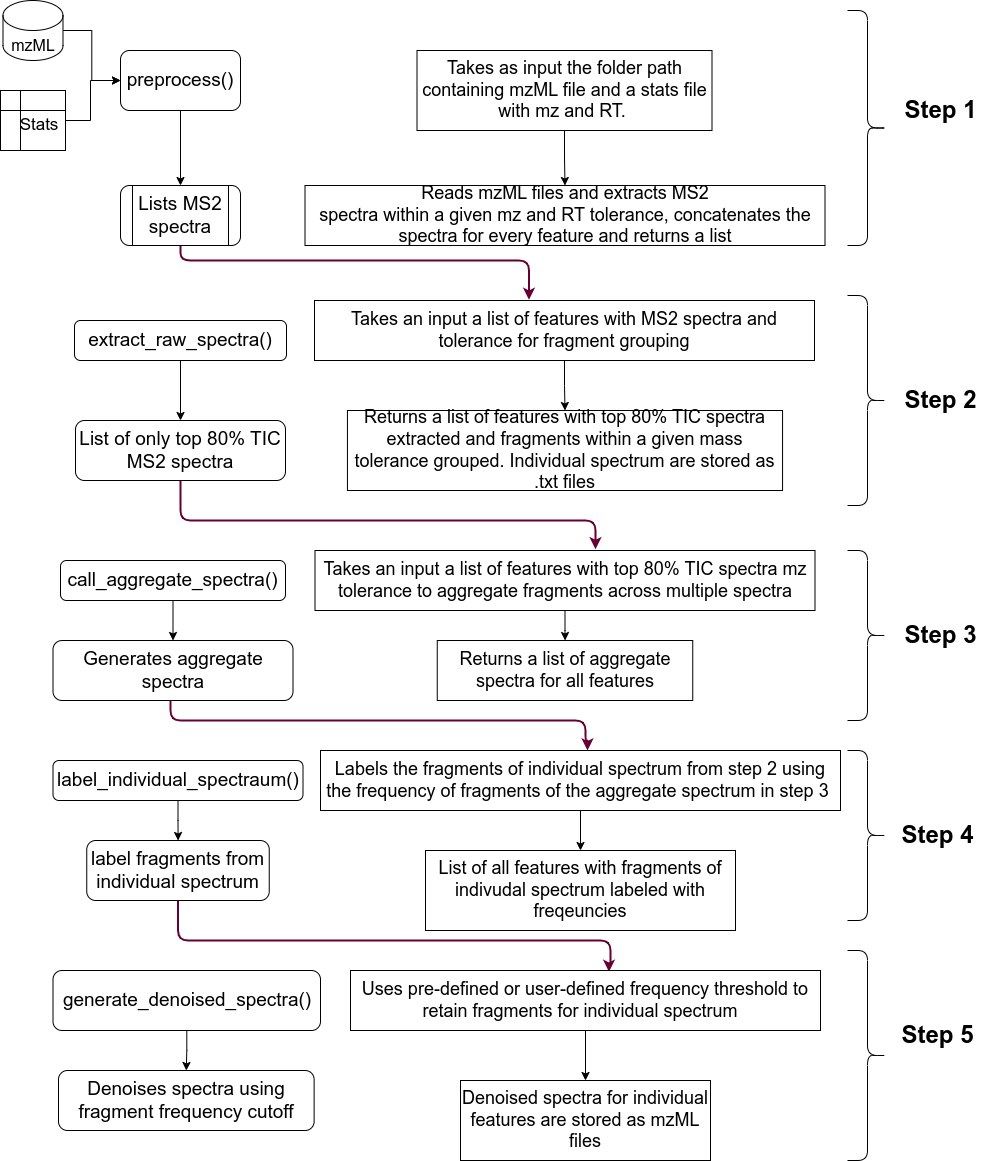
Before: images/dures_workflow.png, a diagram exported from draw.io (BiosystemEngineeringLab-IITB/dures). Source tidied: cells renumbered, new cells last; positions are measured from the earlier drawing's top-left corner, leaving out a move shared by most shapes.
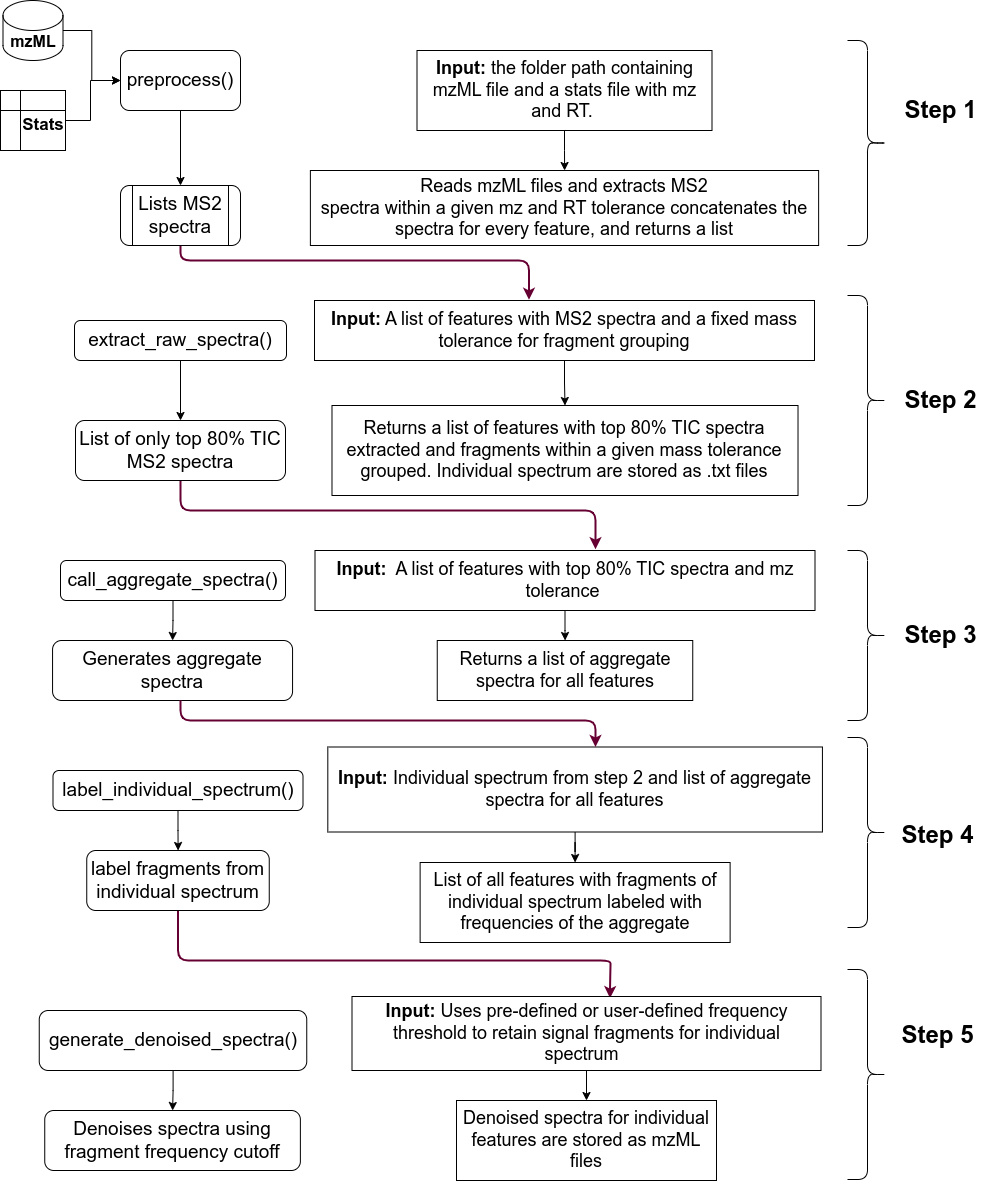
The same file after the commit.

The edit, as a diff of the source:
```diff
@@ -39,23 +39,23 @@
     <mxCell id="10" style="edgeStyle=orthogonalEdgeStyle;rounded=0;jettySize=auto;html=1;" parent="1" edge="1" source="11" target="12">
       <mxGeometry relative="1" as="geometry" />
     </mxCell>
-    <mxCell id="11" value="&lt;span style=&quot;font-size: 18px;&quot;&gt;Takes as input the folder path containing mzML file and a stats file with mz and RT.&amp;nbsp;&lt;/span&gt;" style="rounded=0;whiteSpace=wrap;html=1;" parent="1" vertex="1">
+    <mxCell id="11" value="&lt;span style=&quot;font-size: 18px;&quot;&gt;&lt;b&gt;Input:&lt;/b&gt; the folder path containing mzML file and a stats file with mz and RT.&amp;nbsp;&lt;/span&gt;" style="rounded=0;whiteSpace=wrap;html=1;" parent="1" vertex="1">
       <mxGeometry x="416.5" y="50" width="295" height="80" as="geometry" />
     </mxCell>
-    <mxCell id="12" value="&lt;span style=&quot;font-size: 18px;&quot;&gt;Reads mzML files and extracts MS2&lt;/span&gt;&lt;div style=&quot;font-size: 18px;&quot;&gt;spectra within a given mz and RT tolerance, concatenates the spectra for every feature and returns a list&lt;/div&gt;" style="rounded=0;whiteSpace=wrap;html=1;" parent="1" vertex="1">
-      <mxGeometry x="304.5" y="185" width="520" height="60" as="geometry" />
+    <mxCell id="12" value="&lt;span style=&quot;font-size: 18px;&quot;&gt;Reads mzML files and extracts MS2&lt;/span&gt;&lt;div style=&quot;font-size: 18px;&quot;&gt;spectra within a given mz and RT tolerance concatenates the spectra for every feature, and returns a list&lt;/div&gt;" style="rounded=0;whiteSpace=wrap;html=1;" parent="1" vertex="1">
+      <mxGeometry x="309.9" y="170" width="508.2" height="75" as="geometry" />
     </mxCell>
     <mxCell id="13" style="shape=curlyBracket;whiteSpace=wrap;html=1;rounded=1;flipH=1;labelPosition=right;verticalLabelPosition=middle;align=left;verticalAlign=middle;" parent="1" vertex="1">
-      <mxGeometry x="847" y="10" width="40" height="235" as="geometry" />
+      <mxGeometry x="847" y="40" width="40" height="205" as="geometry" />
     </mxCell>
     <mxCell id="14" value="Step 1" style="text;strokeColor=none;fillColor=none;html=1;fontSize=24;fontStyle=1;verticalAlign=middle;align=center;" parent="1" vertex="1">
       <mxGeometry x="890" y="90" width="100" height="40" as="geometry" />
     </mxCell>
-    <mxCell id="15" value="mzML" style="text;html=1;align=center;verticalAlign=middle;whiteSpace=wrap;rounded=0;fontSize=16;" parent="1" vertex="1">
-      <mxGeometry x="2.5" y="30" width="60" height="30" as="geometry" />
+    <mxCell id="15" value="mzML" style="text;html=1;align=center;verticalAlign=middle;whiteSpace=wrap;rounded=0;fontSize=16;fontStyle=1;" parent="1" vertex="1">
+      <mxGeometry x="2.5" y="26" width="60" height="30" as="geometry" />
     </mxCell>
-    <mxCell id="16" value="Stats" style="text;html=1;align=center;verticalAlign=middle;whiteSpace=wrap;rounded=0;fontSize=17;" parent="1" vertex="1">
-      <mxGeometry x="10" y="110" width="58" height="30" as="geometry" />
+    <mxCell id="16" value="Stats" style="text;html=1;align=center;verticalAlign=middle;whiteSpace=wrap;rounded=0;fontSize=17;fontStyle=1;" parent="1" vertex="1">
+      <mxGeometry x="18" y="110" width="50" height="30" as="geometry" />
     </mxCell>
     <mxCell id="17" style="edgeStyle=orthogonalEdgeStyle;rounded=0;jettySize=auto;html=1;" parent="1" edge="1" source="18" target="20">
       <mxGeometry relative="1" as="geometry" />
@@ -66,8 +66,8 @@
     <mxCell id="19" style="edgeStyle=orthogonalEdgeStyle;rounded=1;jettySize=auto;html=1;entryX=0.561;entryY=-0.022;entryDx=0;entryDy=0;entryPerimeter=0;curved=0;strokeColor=#660033;strokeWidth=2;" parent="1" edge="1" source="20" target="30">
       <mxGeometry relative="1" as="geometry">
         <Array as="points">
-          <mxPoint x="180" y="520" />
-          <mxPoint x="595" y="520" />
+          <mxPoint x="180" y="510" />
+          <mxPoint x="595" y="510" />
         </Array>
       </mxGeometry>
     </mxCell>
@@ -77,11 +77,11 @@
     <mxCell id="21" style="edgeStyle=orthogonalEdgeStyle;rounded=0;jettySize=auto;html=1;" parent="1" edge="1" source="22" target="23">
       <mxGeometry relative="1" as="geometry" />
     </mxCell>
-    <mxCell id="22" value="Takes an input a list of features with MS2 spectra and tolerance for fragment grouping" style="rounded=0;whiteSpace=wrap;html=1;fontSize=18;" parent="1" vertex="1">
+    <mxCell id="22" value="&lt;b&gt;Input:&lt;/b&gt;&amp;nbsp;A list of features with MS2 spectra and a fixed mass tolerance for fragment grouping" style="rounded=0;whiteSpace=wrap;html=1;fontSize=18;" parent="1" vertex="1">
       <mxGeometry x="314" y="300" width="500" height="60" as="geometry" />
     </mxCell>
     <mxCell id="23" value="Returns a list of features with top 80% TIC spectra extracted and fragments within a given mass tolerance grouped. Individual spectrum are stored as .txt files" style="whiteSpace=wrap;html=1;fontSize=18;rounded=0;" parent="1" vertex="1">
-      <mxGeometry x="346.9" y="410" width="435.1" height="80" as="geometry" />
+      <mxGeometry x="331.5" y="405" width="466" height="90" as="geometry" />
     </mxCell>
     <mxCell id="24" style="shape=curlyBracket;whiteSpace=wrap;html=1;rounded=1;flipH=1;labelPosition=right;verticalLabelPosition=middle;align=left;verticalAlign=middle;" parent="1" vertex="1">
       <mxGeometry x="847" y="295" width="40" height="210" as="geometry" />
@@ -96,12 +96,12 @@
       <mxGeometry x="60" y="560" width="225" height="40" as="geometry" />
     </mxCell>
     <mxCell id="28" value="Generates aggregate spectra" style="whiteSpace=wrap;html=1;fontSize=19;rounded=1;" parent="1" vertex="1">
-      <mxGeometry x="52.5" y="640" width="240" height="60" as="geometry" />
+      <mxGeometry x="52.1" y="640" width="240" height="60" as="geometry" />
     </mxCell>
     <mxCell id="29" style="edgeStyle=orthogonalEdgeStyle;rounded=0;jettySize=auto;html=1;" parent="1" edge="1" source="30" target="31">
       <mxGeometry relative="1" as="geometry" />
     </mxCell>
-    <mxCell id="30" value="Takes an input a list of features with top 80% TIC spectra mz tolerance to aggregate fragments across multiple spectra" style="rounded=0;whiteSpace=wrap;html=1;fontSize=18;" parent="1" vertex="1">
+    <mxCell id="30" value="&lt;b&gt;Input:&lt;/b&gt;&amp;nbsp; A list of features with top 80% TIC spectra and mz tolerance&amp;nbsp;" style="rounded=0;whiteSpace=wrap;html=1;fontSize=18;" parent="1" vertex="1">
       <mxGeometry x="314.5" y="550" width="500" height="60" as="geometry" />
     </mxCell>
     <mxCell id="31" value="Returns a list of aggregate spectra for all features" style="whiteSpace=wrap;html=1;fontSize=18;rounded=0;" parent="1" vertex="1">
@@ -116,71 +116,68 @@
     <mxCell id="34" style="edgeStyle=orthogonalEdgeStyle;rounded=0;jettySize=auto;html=1;" parent="1" edge="1" source="35" target="37">
       <mxGeometry relative="1" as="geometry" />
     </mxCell>
-    <mxCell id="35" value="label_individual_spectraum()" style="rounded=1;whiteSpace=wrap;html=1;fontSize=19;" parent="1" vertex="1">
-      <mxGeometry x="52.5" y="760" width="250" height="40" as="geometry" />
+    <mxCell id="35" value="label_individual_spectrum()" style="rounded=1;whiteSpace=wrap;html=1;fontSize=19;" parent="1" vertex="1">
+      <mxGeometry x="52.5" y="770" width="250" height="40" as="geometry" />
     </mxCell>
     <mxCell id="36" style="edgeStyle=orthogonalEdgeStyle;rounded=1;jettySize=auto;html=1;entryX=0.55;entryY=0.022;entryDx=0;entryDy=0;curved=0;strokeWidth=2;strokeColor=#660033;entryPerimeter=0;" parent="1" edge="1" source="37" target="48">
       <mxGeometry relative="1" as="geometry">
         <Array as="points">
-          <mxPoint x="178" y="940" />
-          <mxPoint x="610" y="940" />
+          <mxPoint x="178" y="960" />
+          <mxPoint x="610" y="960" />
           <mxPoint x="610" y="966" />
-          <mxPoint x="609" y="966" />
         </Array>
       </mxGeometry>
     </mxCell>
     <mxCell id="37" value="label fragments from individual spectrum" style="whiteSpace=wrap;html=1;fontSize=19;rounded=1;" parent="1" vertex="1">
-      <mxGeometry x="86.2" y="840" width="182.5" height="60" as="geometry" />
+      <mxGeometry x="86.2" y="850" width="182.5" height="60" as="geometry" />
     </mxCell>
     <mxCell id="38" style="edgeStyle=orthogonalEdgeStyle;rounded=0;jettySize=auto;html=1;" parent="1" edge="1" source="39" target="43">
       <mxGeometry relative="1" as="geometry" />
     </mxCell>
-    <mxCell id="39" value="Labels the fragments of individual spectrum from step 2 using the frequency of fragments of the aggregate spectrum in step 3&amp;nbsp;" style="rounded=0;whiteSpace=wrap;html=1;fontSize=18;" parent="1" vertex="1">
-      <mxGeometry x="320" y="750" width="520" height="60" as="geometry" />
+    <mxCell id="39" value="&lt;b&gt;Input:&lt;/b&gt;&amp;nbsp;Individual spectrum from step 2 and list of aggregate spectra for all features" style="rounded=0;whiteSpace=wrap;html=1;fontSize=18;" parent="1" vertex="1">
+      <mxGeometry x="327.3" y="746.5" width="494.6" height="85" as="geometry" />
     </mxCell>
-    <mxCell id="40" style="edgeStyle=orthogonalEdgeStyle;rounded=1;jettySize=auto;html=1;curved=0;strokeColor=#660033;strokeWidth=2;" parent="1" edge="1" target="39">
-      <mxGeometry relative="1" as="geometry">
-        <mxPoint x="170" y="700" as="sourcePoint" />
-        <Array as="points">
-          <mxPoint x="170" y="720" />
-          <mxPoint x="585" y="720" />
-          <mxPoint x="585" y="740" />
-          <mxPoint x="587" y="740" />
-        </Array>
-      </mxGeometry>
-    </mxCell>
     <mxCell id="41" style="shape=curlyBracket;whiteSpace=wrap;html=1;rounded=1;flipH=1;labelPosition=right;verticalLabelPosition=middle;align=left;verticalAlign=middle;" parent="1" vertex="1">
-      <mxGeometry x="847" y="750" width="40" height="170" as="geometry" />
+      <mxGeometry x="847" y="737" width="40" height="190" as="geometry" />
     </mxCell>
     <mxCell id="42" value="Step 4" style="text;strokeColor=none;fillColor=none;html=1;fontSize=24;fontStyle=1;verticalAlign=middle;align=center;" parent="1" vertex="1">
       <mxGeometry x="887" y="815" width="100" height="40" as="geometry" />
     </mxCell>
-    <mxCell id="43" value="List of all features with fragments of indivudal spectrum labeled with freqeuncies" style="whiteSpace=wrap;html=1;fontSize=18;rounded=0;" parent="1" vertex="1">
-      <mxGeometry x="425" y="850" width="310" height="80" as="geometry" />
+    <mxCell id="43" value="List of all features with fragments of individual spectrum labeled with frequencies of the aggregate" style="whiteSpace=wrap;html=1;fontSize=18;rounded=0;" parent="1" vertex="1">
+      <mxGeometry x="419.6" y="862" width="310" height="80" as="geometry" />
     </mxCell>
     <mxCell id="44" style="edgeStyle=orthogonalEdgeStyle;rounded=0;jettySize=auto;html=1;" parent="1" edge="1" source="45" target="46">
       <mxGeometry relative="1" as="geometry" />
     </mxCell>
     <mxCell id="45" value="&lt;font style=&quot;font-size: 19px;&quot;&gt;generate_denoised_spectra()&lt;/font&gt;" style="rounded=1;whiteSpace=wrap;html=1;fontSize=19;" parent="1" vertex="1">
-      <mxGeometry x="52.5" y="970" width="267.5" height="60" as="geometry" />
+      <mxGeometry x="38.8" y="1010" width="267.5" height="60" as="geometry" />
     </mxCell>
     <mxCell id="46" value="Denoises spectra using fragment frequency cutoff" style="whiteSpace=wrap;html=1;fontSize=19;rounded=1;" parent="1" vertex="1">
-      <mxGeometry x="58" y="1070" width="255.6" height="60" as="geometry" />
+      <mxGeometry x="44.2" y="1110" width="255.6" height="60" as="geometry" />
     </mxCell>
     <mxCell id="47" style="edgeStyle=orthogonalEdgeStyle;rounded=0;jettySize=auto;html=1;" parent="1" edge="1" source="48" target="49">
       <mxGeometry relative="1" as="geometry" />
     </mxCell>
-    <mxCell id="48" value="Uses pre-defined or user-defined frequency threshold to retain fragments for individual spectrum&amp;nbsp;&amp;nbsp;" style="rounded=0;whiteSpace=wrap;html=1;fontSize=18;" parent="1" vertex="1">
-      <mxGeometry x="350" y="970" width="470" height="60" as="geometry" />
+    <mxCell id="48" value="&lt;b&gt;Input:&lt;/b&gt; Uses pre-defined or user-defined frequency threshold to retain signal fragments for individual spectrum&amp;nbsp;&amp;nbsp;" style="rounded=0;whiteSpace=wrap;html=1;fontSize=18;" parent="1" vertex="1">
+      <mxGeometry x="351.5" y="996" width="469" height="74" as="geometry" />
     </mxCell>
     <mxCell id="49" value="Denoised spectra for individual features are stored as mzML files" style="whiteSpace=wrap;html=1;fontSize=18;rounded=0;" parent="1" vertex="1">
-      <mxGeometry x="460" y="1080" width="250" height="80" as="geometry" />
+      <mxGeometry x="456" y="1100" width="260" height="80" as="geometry" />
     </mxCell>
     <mxCell id="50" style="shape=curlyBracket;whiteSpace=wrap;html=1;rounded=1;flipH=1;labelPosition=right;verticalLabelPosition=middle;align=left;verticalAlign=middle;" parent="1" vertex="1">
-      <mxGeometry x="847" y="950" width="40" height="210" as="geometry" />
+      <mxGeometry x="847" y="969" width="40" height="210" as="geometry" />
     </mxCell>
     <mxCell id="51" value="Step 5" style="text;strokeColor=none;fillColor=none;html=1;fontSize=24;fontStyle=1;verticalAlign=middle;align=center;" parent="1" vertex="1">
       <mxGeometry x="887" y="1015" width="100" height="40" as="geometry" />
     </mxCell>
+    <mxCell id="52" style="edgeStyle=orthogonalEdgeStyle;rounded=1;jettySize=auto;html=1;curved=0;strokeColor=#660033;strokeWidth=2;" parent="1" edge="1" target="39">
+      <mxGeometry relative="1" as="geometry">
+        <mxPoint x="180" y="700" as="sourcePoint" />
+        <Array as="points">
+          <mxPoint x="180" y="720" />
+          <mxPoint x="595" y="720" />
+        </Array>
+      </mxGeometry>
+    </mxCell>
   </root>
 </mxGraphModel>
```
